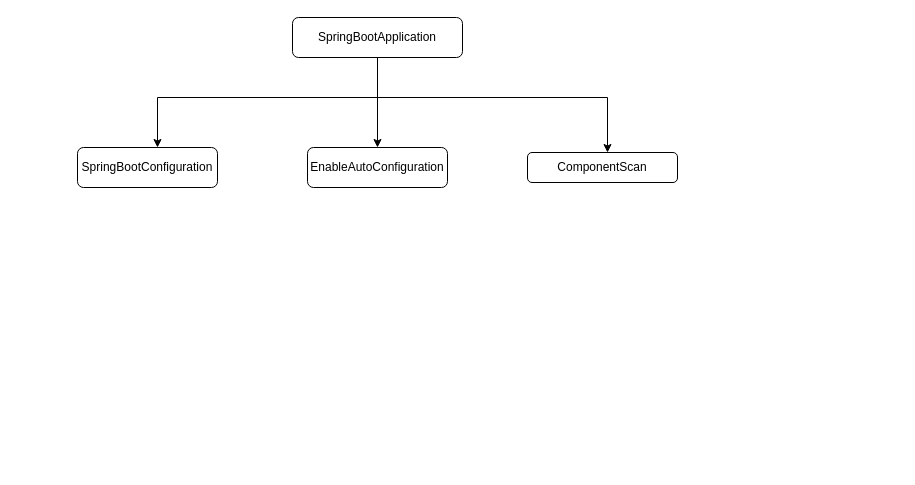
Before: learn-springboot/springBoot.drawio in chasdream/Java_learning, a draw.io diagram. Source tidied: cells renumbered, new cells numbered last; positions are measured from the earlier drawing's top-left corner, leaving out a move shared by most shapes. Both pictures are drawn from the tidied source at 100%, with x=0, y=0 at pixel (77, 17).
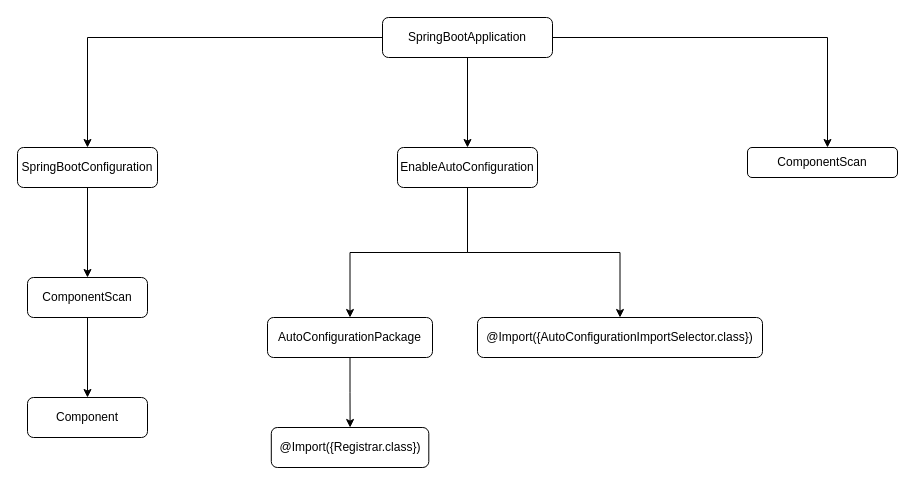
Above is the later version.

Change to the diagram source:
```diff
@@
-    <mxCell id="2" style="edgeStyle=orthogonalEdgeStyle;rounded=0;jettySize=auto;html=1;" parent="1" edge="1" target="6">
+    <mxCell id="2" style="edgeStyle=orthogonalEdgeStyle;rounded=0;jettySize=auto;html=1;exitX=0;exitY=0.5;exitDx=0;exitDy=0;" parent="1" edge="1" source="5" target="6">
       <mxGeometry relative="1" as="geometry">
-        <mxPoint x="300" y="40" as="sourcePoint" />
         <Array as="points">
-          <mxPoint x="300" y="80" />
-          <mxPoint x="80" y="80" />
+          <mxPoint x="10" y="20" />
         </Array>
       </mxGeometry>
     </mxCell>
@@
     <mxCell id="4" style="edgeStyle=orthogonalEdgeStyle;rounded=0;jettySize=auto;html=1;" parent="1" edge="1" source="5" target="8">
       <mxGeometry relative="1" as="geometry">
         <Array as="points">
-          <mxPoint x="300" y="80" />
-          <mxPoint x="530" y="80" />
+          <mxPoint x="750" y="20" />
         </Array>
       </mxGeometry>
     </mxCell>
     <mxCell id="5" value="SpringBootApplication" style="rounded=1;whiteSpace=wrap;html=1;" parent="1" vertex="1">
-      <mxGeometry x="215" width="170" height="40" as="geometry" />
+      <mxGeometry x="305" width="170" height="40" as="geometry" />
     </mxCell>
+    <mxCell id="9" style="edgeStyle=orthogonalEdgeStyle;rounded=0;jettySize=auto;html=1;" parent="1" edge="1" source="6" target="13">
+      <mxGeometry relative="1" as="geometry" />
+    </mxCell>
     <mxCell id="6" value="SpringBootConfiguration" style="whiteSpace=wrap;html=1;rounded=1;" parent="1" vertex="1">
-      <mxGeometry y="130" width="140" height="40" as="geometry" />
+      <mxGeometry x="-60" y="130" width="140" height="40" as="geometry" />
     </mxCell>
+    <mxCell id="10" style="edgeStyle=orthogonalEdgeStyle;rounded=0;jettySize=auto;html=1;" parent="1" edge="1" source="7" target="16">
+      <mxGeometry relative="1" as="geometry" />
+    </mxCell>
+    <mxCell id="11" style="edgeStyle=orthogonalEdgeStyle;rounded=0;jettySize=auto;html=1;" parent="1" edge="1" source="7" target="17">
+      <mxGeometry relative="1" as="geometry" />
+    </mxCell>
     <mxCell id="7" value="EnableAutoConfiguration" style="whiteSpace=wrap;html=1;rounded=1;" parent="1" vertex="1">
-      <mxGeometry x="230" y="130" width="140" height="40" as="geometry" />
+      <mxGeometry x="320" y="130" width="140" height="40" as="geometry" />
     </mxCell>
     <mxCell id="8" value="ComponentScan" style="whiteSpace=wrap;html=1;rounded=1;" parent="1" vertex="1">
-      <mxGeometry x="450" y="135" width="150" height="30" as="geometry" />
+      <mxGeometry x="670" y="130" width="150" height="30" as="geometry" />
     </mxCell>
+    <mxCell id="12" style="edgeStyle=orthogonalEdgeStyle;rounded=0;jettySize=auto;html=1;" parent="1" edge="1" source="13" target="14">
+      <mxGeometry relative="1" as="geometry" />
+    </mxCell>
+    <mxCell id="13" value="ComponentScan" style="whiteSpace=wrap;html=1;rounded=1;" parent="1" vertex="1">
+      <mxGeometry x="-50" y="260" width="120" height="40" as="geometry" />
+    </mxCell>
+    <mxCell id="14" value="Component" style="whiteSpace=wrap;html=1;rounded=1;" parent="1" vertex="1">
+      <mxGeometry x="-50" y="380" width="120" height="40" as="geometry" />
+    </mxCell>
+    <mxCell id="15" style="edgeStyle=orthogonalEdgeStyle;rounded=0;jettySize=auto;html=1;" parent="1" edge="1" source="16" target="18">
+      <mxGeometry relative="1" as="geometry" />
+    </mxCell>
+    <mxCell id="16" value="AutoConfigurationPackage" style="whiteSpace=wrap;html=1;rounded=1;" parent="1" vertex="1">
+      <mxGeometry x="190" y="300" width="165" height="40" as="geometry" />
+    </mxCell>
+    <mxCell id="17" value="@Import({AutoConfigurationImportSelector.class})" style="whiteSpace=wrap;html=1;rounded=1;" parent="1" vertex="1">
+      <mxGeometry x="400" y="300" width="285" height="40" as="geometry" />
+    </mxCell>
+    <mxCell id="18" value="@Import({Registrar.class})" style="whiteSpace=wrap;html=1;rounded=1;" parent="1" vertex="1">
+      <mxGeometry x="193.8" y="410" width="157.5" height="40" as="geometry" />
+    </mxCell>
```
